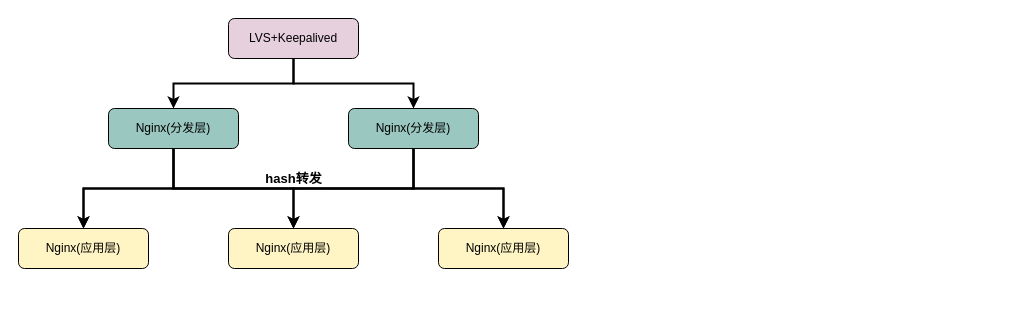
Before: 网站架构图.drawio in LiHuiBin1995/study-java, a draw.io diagram. Source tidied: cells renumbered, new cells numbered last; positions are measured from the earlier drawing's top-left corner, leaving out a move shared by most shapes. Both pictures are drawn from the tidied source at 100%, with x=0, y=0 at pixel (18, 18).
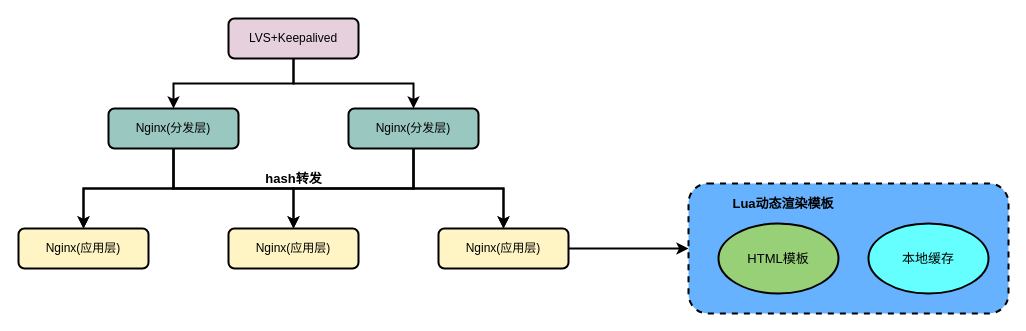
After the change.

Commit message (it also covers changes not shown here):
更新网站架构图.drawio

Change to the diagram source:
```diff
@@
-    <mxCell id="4" value="LVS+Keepalived" style="rounded=1;whiteSpace=wrap;html=1;fillColor=#E6D0DE;" parent="1" vertex="1">
+    <mxCell id="4" value="LVS+Keepalived" style="rounded=1;whiteSpace=wrap;html=1;fillColor=#E6D0DE;strokeWidth=2;" parent="1" vertex="1">
       <mxGeometry x="210" width="130" height="40" as="geometry" />
     </mxCell>
@@
-    <mxCell id="8" value="Nginx(分发层)" style="rounded=1;whiteSpace=wrap;html=1;fillColor=#9AC7BF;" parent="1" vertex="1">
+    <mxCell id="8" value="Nginx(分发层)" style="rounded=1;whiteSpace=wrap;html=1;fillColor=#9AC7BF;strokeWidth=2;" parent="1" vertex="1">
       <mxGeometry x="90" y="90" width="130" height="40" as="geometry" />
     </mxCell>
@@
-    <mxCell id="12" value="Nginx(分发层)" style="rounded=1;whiteSpace=wrap;html=1;fillColor=#9AC7BF;" parent="1" vertex="1">
+    <mxCell id="12" value="Nginx(分发层)" style="rounded=1;whiteSpace=wrap;html=1;fillColor=#9AC7BF;strokeWidth=2;" parent="1" vertex="1">
       <mxGeometry x="330" y="90" width="130" height="40" as="geometry" />
     </mxCell>
-    <mxCell id="13" value="Nginx(应用层)" style="rounded=1;whiteSpace=wrap;html=1;fillColor=#FFF4C3;" parent="1" vertex="1">
+    <mxCell id="13" value="Nginx(应用层)" style="rounded=1;whiteSpace=wrap;html=1;fillColor=#FFF4C3;strokeWidth=2;" parent="1" vertex="1">
       <mxGeometry x="210" y="210" width="130" height="40" as="geometry" />
     </mxCell>
-    <mxCell id="14" value="Nginx(应用层)" style="rounded=1;whiteSpace=wrap;html=1;fillColor=#FFF4C3;" parent="1" vertex="1">
+    <mxCell id="14" value="Nginx(应用层)" style="rounded=1;whiteSpace=wrap;html=1;fillColor=#FFF4C3;strokeWidth=2;" parent="1" vertex="1">
       <mxGeometry y="210" width="130" height="40" as="geometry" />
     </mxCell>
+    <mxCell id="17" style="edgeStyle=orthogonalEdgeStyle;rounded=0;jettySize=auto;html=1;exitX=1;exitY=0.5;exitDx=0;exitDy=0;fontSize=13;strokeWidth=2;entryX=0;entryY=0.5;entryDx=0;entryDy=0;" parent="1" edge="1" source="15" target="19">
+      <mxGeometry relative="1" as="geometry" />
+    </mxCell>
-    <mxCell id="15" value="Nginx(应用层)" style="rounded=1;whiteSpace=wrap;html=1;fillColor=#FFF4C3;" parent="1" vertex="1">
+    <mxCell id="15" value="Nginx(应用层)" style="rounded=1;whiteSpace=wrap;html=1;fillColor=#FFF4C3;strokeWidth=2;" parent="1" vertex="1">
       <mxGeometry x="420" y="210" width="130" height="40" as="geometry" />
     </mxCell>
@@
+    <mxCell id="18" style="group;" parent="1" vertex="1">
+      <mxGeometry x="670" y="165" width="320" height="130" as="geometry" />
+    </mxCell>
+    <mxCell id="19" style="rounded=1;whiteSpace=wrap;html=1;fontSize=13;fillColor=#66B2FF;dashed=1;strokeWidth=2;" parent="18" vertex="1">
+      <mxGeometry width="320" height="130" as="geometry" />
+    </mxCell>
+    <mxCell id="20" value="HTML模板" style="ellipse;whiteSpace=wrap;html=1;fontSize=13;fillColor=#97D077;strokeWidth=2;" parent="18" vertex="1">
+      <mxGeometry x="30" y="40" width="120" height="70" as="geometry" />
+    </mxCell>
+    <mxCell id="21" value="本地缓存" style="ellipse;whiteSpace=wrap;html=1;fontSize=13;fillColor=#66FFFF;strokeWidth=2;" parent="18" vertex="1">
+      <mxGeometry x="180" y="40" width="120" height="70" as="geometry" />
+    </mxCell>
+    <mxCell id="22" value="Lua动态渲染模板" style="text;html=1;strokeColor=none;fillColor=none;align=center;verticalAlign=middle;whiteSpace=wrap;rounded=0;fontSize=13;fontStyle=1;" parent="18" vertex="1">
+      <mxGeometry x="10" y="10" width="170" height="20" as="geometry" />
+    </mxCell>
```
